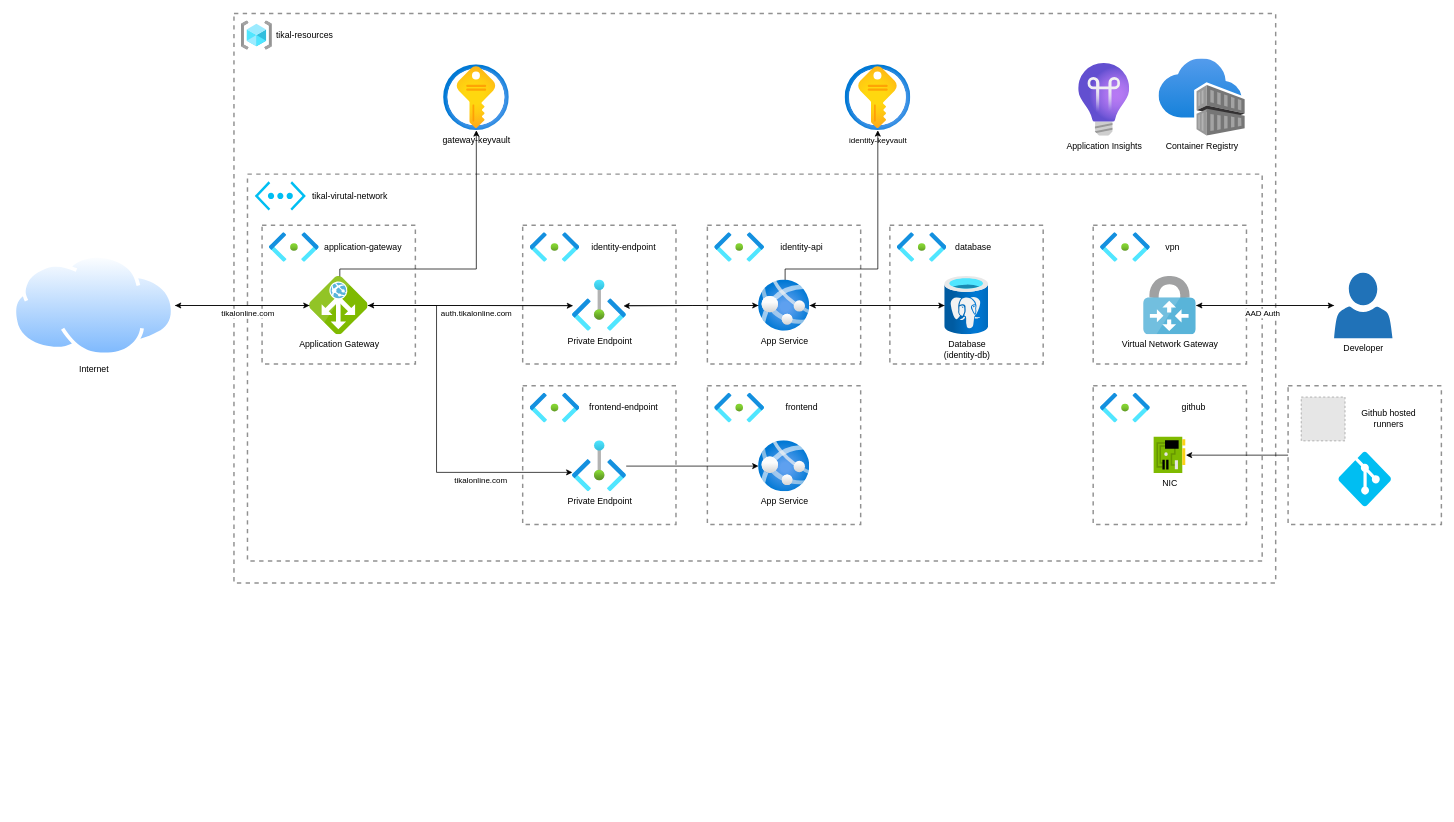
The draw.io diagram Infrastructure/images/azure-architecture.drawio in Fabian-Mahdi/Tikal, before the edit. Source tidied: cells renumbered, new cells numbered last; positions are measured from the earlier drawing's top-left corner, leaving out a move shared by most shapes. Both pictures are drawn from the tidied source at 73%, with x=0, y=0 at pixel (12, 13). Pictures stored in the file or linked from it are replaced by grey dashed boxes.
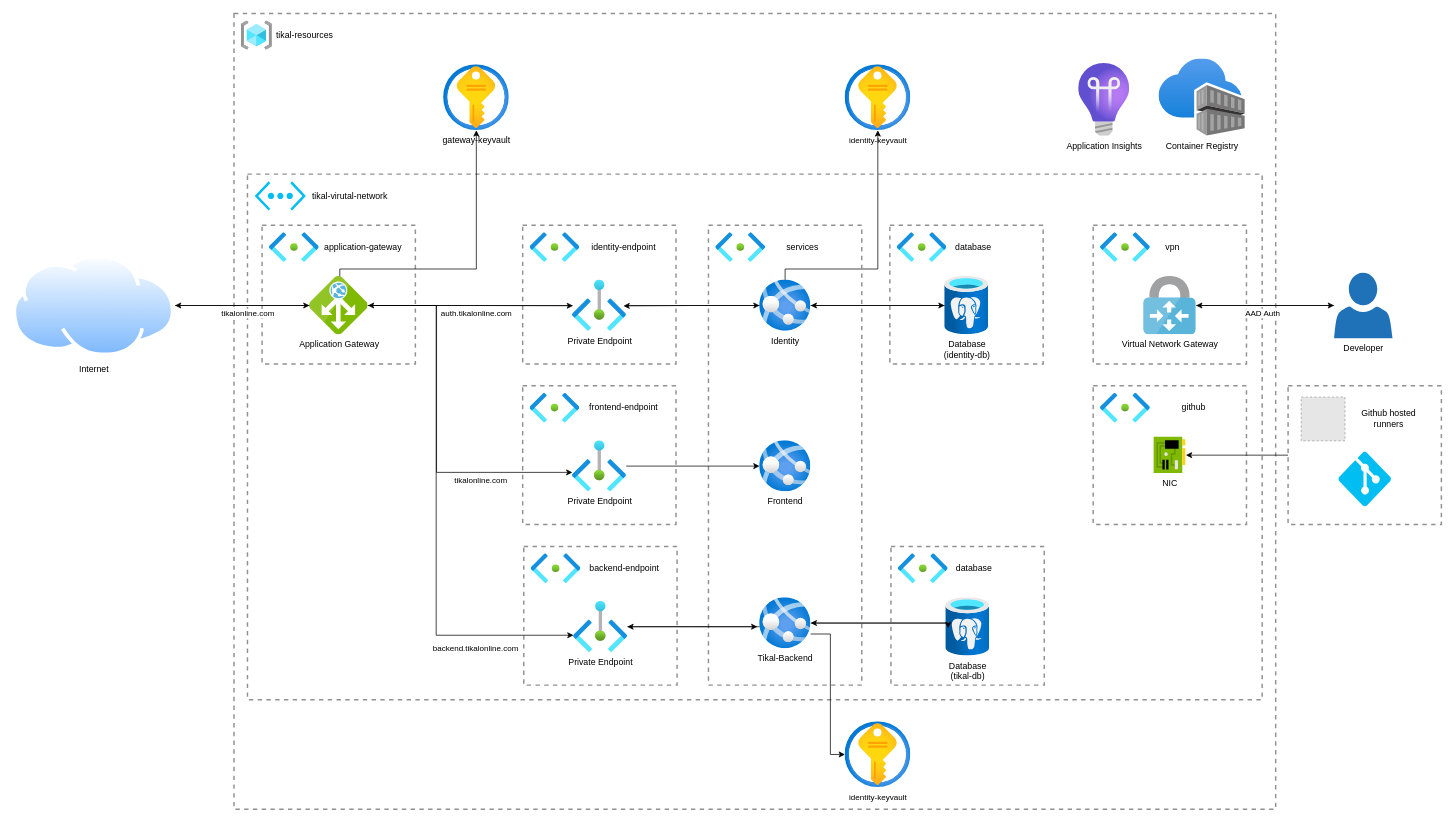
After the change.

Commit message (it also covers changes not shown here):
updated architecture diagram with backend deployment

Unchanged cells that the change refers to:
```xml
<mxCell id="8" value="Application Gateway" style="image;sketch=0;html=1;points=[];align=center;fontSize=12;image=img/lib/mscae/Application_Gateway.svg;" parent="5" vertex="1">
  <mxGeometry x="65" y="70" width="80" height="80" as="geometry" />
</mxCell>
<mxCell id="13" value="Private Endpoint" style="image;html=1;points=[];align=center;fontSize=12;image=img/lib/azure2/other/Private_Endpoints.svg;" parent="10" vertex="1">
  <mxGeometry x="68.2" y="75" width="73.6" height="70" as="geometry" />
</mxCell>
<mxCell id="20" value="Database&lt;br&gt;(identity-db)" style="image;html=1;points=[];align=center;fontSize=12;image=img/lib/azure2/databases/Azure_Database_PostgreSQL_Server.svg;" parent="17" vertex="1">
  <mxGeometry x="75" y="70" width="60" height="80" as="geometry" />
</mxCell>
<mxCell id="36" value="Private Endpoint" style="image;html=1;points=[];align=center;fontSize=12;image=img/lib/azure2/other/Private_Endpoints.svg;" parent="33" vertex="1">
  <mxGeometry x="68.2" y="75" width="73.6" height="70" as="geometry" />
</mxCell>
```

Change to the diagram source:
```diff
@@
     <mxCell id="2" style="fontStyle=0;verticalAlign=top;align=center;spacingTop=-2;fillColor=none;rounded=0;whiteSpace=wrap;html=1;strokeColor=#919191;strokeWidth=2;dashed=1;" parent="1" vertex="1">
-      <mxGeometry x="303" width="1427" height="780" as="geometry" />
+      <mxGeometry x="303" width="1427" height="1090" as="geometry" />
     </mxCell>
     <mxCell id="3" style="fontStyle=0;verticalAlign=top;align=center;spacingTop=-2;fillColor=none;rounded=0;whiteSpace=wrap;html=1;strokeColor=#919191;strokeWidth=2;dashed=1;" parent="2" vertex="1">
-      <mxGeometry x="18.5" y="220" width="1390" height="530" as="geometry" />
+      <mxGeometry x="18.5" y="220" width="1390" height="720" as="geometry" />
     </mxCell>
@@
-    <mxCell id="21" style="fontStyle=0;verticalAlign=top;align=center;spacingTop=-2;fillColor=none;rounded=0;whiteSpace=wrap;html=1;strokeColor=#919191;strokeWidth=2;dashed=1;" parent="3" vertex="1">
-      <mxGeometry x="630" y="70" width="210" height="190" as="geometry" />
-    </mxCell>
-    <mxCell id="22" style="image;html=1;align=center;fontSize=12;image=img/lib/azure2/networking/Subnet.svg;" parent="21" vertex="1">
-      <mxGeometry x="10" y="10" width="68" height="40.7" as="geometry" />
-    </mxCell>
-    <mxCell id="23" value="identity-api" style="text;html=1;align=center;verticalAlign=middle;whiteSpace=wrap;rounded=0;" parent="21" vertex="1">
-      <mxGeometry x="78" y="15.4" width="102" height="30" as="geometry" />
-    </mxCell>
-    <mxCell id="24" value="App Service" style="image;html=1;points=[];align=center;fontSize=12;image=img/lib/azure2/containers/App_Services.svg;" parent="21" vertex="1">
-      <mxGeometry x="70" y="75" width="70" height="70" as="geometry" />
-    </mxCell>
-    <mxCell id="25" style="edgeStyle=orthogonalEdgeStyle;rounded=0;jettySize=auto;html=1;" parent="3" edge="1" source="13" target="24">
-      <mxGeometry relative="1" as="geometry" />
-    </mxCell>
-    <mxCell id="26" style="edgeStyle=orthogonalEdgeStyle;rounded=0;jettySize=auto;html=1;entryX=0.949;entryY=0.508;entryDx=0;entryDy=0;entryPerimeter=0;" parent="3" edge="1" source="24" target="13">
-      <mxGeometry relative="1" as="geometry" />
-    </mxCell>
-    <mxCell id="27" style="edgeStyle=orthogonalEdgeStyle;rounded=0;jettySize=auto;html=1;" parent="3" edge="1" source="20" target="24">
-      <mxGeometry relative="1" as="geometry" />
-    </mxCell>
-    <mxCell id="28" style="edgeStyle=orthogonalEdgeStyle;rounded=0;jettySize=auto;html=1;" parent="3" edge="1" source="24" target="20">
-      <mxGeometry relative="1" as="geometry" />
-    </mxCell>
@@
-    <mxCell id="37" style="fontStyle=0;verticalAlign=top;align=center;spacingTop=-2;fillColor=none;rounded=0;whiteSpace=wrap;html=1;strokeColor=#919191;strokeWidth=2;dashed=1;" parent="3" vertex="1">
-      <mxGeometry x="630" y="290" width="210" height="190" as="geometry" />
-    </mxCell>
-    <mxCell id="38" style="image;html=1;align=center;fontSize=12;image=img/lib/azure2/networking/Subnet.svg;" parent="37" vertex="1">
-      <mxGeometry x="10" y="10" width="68" height="40.7" as="geometry" />
-    </mxCell>
-    <mxCell id="39" value="frontend" style="text;html=1;align=center;verticalAlign=middle;whiteSpace=wrap;rounded=0;" parent="37" vertex="1">
-      <mxGeometry x="78" y="15.4" width="102" height="30" as="geometry" />
-    </mxCell>
-    <mxCell id="40" value="App Service" style="image;html=1;points=[];align=center;fontSize=12;image=img/lib/azure2/containers/App_Services.svg;" parent="37" vertex="1">
-      <mxGeometry x="70" y="75" width="70" height="70" as="geometry" />
-    </mxCell>
@@
-    <mxCell id="43" style="edgeStyle=orthogonalEdgeStyle;rounded=0;jettySize=auto;html=1;" parent="3" edge="1" source="36" target="40">
-      <mxGeometry relative="1" as="geometry" />
-    </mxCell>
@@
+    <mxCell id="69" style="fontStyle=0;verticalAlign=top;align=center;spacingTop=-2;fillColor=none;rounded=0;whiteSpace=wrap;html=1;strokeColor=#919191;strokeWidth=2;dashed=1;" parent="2" vertex="1">
+      <mxGeometry x="397" y="730" width="210" height="190" as="geometry" />
+    </mxCell>
+    <mxCell id="70" style="image;html=1;align=center;fontSize=12;image=img/lib/azure2/networking/Subnet.svg;" parent="69" vertex="1">
+      <mxGeometry x="10" y="10" width="68" height="40.7" as="geometry" />
+    </mxCell>
+    <mxCell id="71" value="backend-endpoint" style="text;html=1;align=center;verticalAlign=middle;whiteSpace=wrap;rounded=0;" parent="69" vertex="1">
+      <mxGeometry x="78" y="15.4" width="120" height="30" as="geometry" />
+    </mxCell>
+    <mxCell id="72" value="Private Endpoint" style="image;html=1;points=[];align=center;fontSize=12;image=img/lib/azure2/other/Private_Endpoints.svg;" parent="69" vertex="1">
+      <mxGeometry x="68.2" y="75" width="73.6" height="70" as="geometry" />
+    </mxCell>
+    <mxCell id="73" style="fontStyle=0;verticalAlign=top;align=center;spacingTop=-2;fillColor=none;rounded=0;whiteSpace=wrap;html=1;strokeColor=#919191;strokeWidth=2;dashed=1;" parent="2" vertex="1">
+      <mxGeometry x="900" y="730" width="210" height="190" as="geometry" />
+    </mxCell>
+    <mxCell id="74" style="image;html=1;align=center;fontSize=12;image=img/lib/azure2/networking/Subnet.svg;" parent="73" vertex="1">
+      <mxGeometry x="10" y="10" width="68" height="40.7" as="geometry" />
+    </mxCell>
+    <mxCell id="75" value="database" style="text;html=1;align=center;verticalAlign=middle;whiteSpace=wrap;rounded=0;" parent="73" vertex="1">
+      <mxGeometry x="78" y="15.4" width="72" height="30" as="geometry" />
+    </mxCell>
+    <mxCell id="76" value="Database&lt;br&gt;(tikal-db)" style="image;html=1;points=[];align=center;fontSize=12;image=img/lib/azure2/databases/Azure_Database_PostgreSQL_Server.svg;" parent="73" vertex="1">
+      <mxGeometry x="75" y="70" width="60" height="80" as="geometry" />
+    </mxCell>
+    <mxCell id="77" style="fontStyle=0;verticalAlign=top;align=center;spacingTop=-2;fillColor=none;rounded=0;whiteSpace=wrap;html=1;strokeColor=#919191;strokeWidth=2;dashed=1;" parent="2" vertex="1">
+      <mxGeometry x="650" y="290" width="210" height="630" as="geometry" />
+    </mxCell>
+    <mxCell id="78" style="image;html=1;align=center;fontSize=12;image=img/lib/azure2/networking/Subnet.svg;" parent="77" vertex="1">
+      <mxGeometry x="10" y="10" width="68" height="40.7" as="geometry" />
+    </mxCell>
+    <mxCell id="79" value="services" style="text;html=1;align=center;verticalAlign=middle;whiteSpace=wrap;rounded=0;" parent="77" vertex="1">
+      <mxGeometry x="78" y="15.4" width="102" height="30" as="geometry" />
+    </mxCell>
+    <mxCell id="80" value="Tikal-Backend" style="image;html=1;points=[];align=center;fontSize=12;image=img/lib/azure2/containers/App_Services.svg;" parent="77" vertex="1">
+      <mxGeometry x="70" y="510" width="70" height="70" as="geometry" />
+    </mxCell>
+    <mxCell id="24" value="Identity" style="image;html=1;points=[];align=center;fontSize=12;image=img/lib/azure2/containers/App_Services.svg;" parent="77" vertex="1">
+      <mxGeometry x="70" y="75" width="70" height="70" as="geometry" />
+    </mxCell>
+    <mxCell id="40" value="Frontend" style="image;html=1;points=[];align=center;fontSize=12;image=img/lib/azure2/containers/App_Services.svg;" parent="77" vertex="1">
+      <mxGeometry x="70" y="295" width="70" height="70" as="geometry" />
+    </mxCell>
+    <mxCell id="25" style="edgeStyle=orthogonalEdgeStyle;rounded=0;jettySize=auto;html=1;" parent="2" edge="1" source="13" target="24">
+      <mxGeometry relative="1" as="geometry" />
+    </mxCell>
+    <mxCell id="26" style="edgeStyle=orthogonalEdgeStyle;rounded=0;jettySize=auto;html=1;entryX=0.949;entryY=0.508;entryDx=0;entryDy=0;entryPerimeter=0;" parent="2" edge="1" source="24" target="13">
+      <mxGeometry relative="1" as="geometry" />
+    </mxCell>
+    <mxCell id="27" style="edgeStyle=orthogonalEdgeStyle;rounded=0;jettySize=auto;html=1;" parent="2" edge="1" source="20" target="24">
+      <mxGeometry relative="1" as="geometry" />
+    </mxCell>
+    <mxCell id="28" style="edgeStyle=orthogonalEdgeStyle;rounded=0;jettySize=auto;html=1;" parent="2" edge="1" source="24" target="20">
+      <mxGeometry relative="1" as="geometry" />
+    </mxCell>
+    <mxCell id="43" style="edgeStyle=orthogonalEdgeStyle;rounded=0;jettySize=auto;html=1;" parent="2" edge="1" source="36" target="40">
+      <mxGeometry relative="1" as="geometry" />
+    </mxCell>
+    <mxCell id="81" style="edgeStyle=orthogonalEdgeStyle;rounded=0;jettySize=auto;html=1;entryX=-0.001;entryY=0.667;entryDx=0;entryDy=0;entryPerimeter=0;" parent="2" edge="1" source="8" target="72">
+      <mxGeometry relative="1" as="geometry">
+        <Array as="points">
+          <mxPoint x="277" y="400" />
+          <mxPoint x="277" y="852" />
+        </Array>
+      </mxGeometry>
+    </mxCell>
+    <mxCell id="82" value="backend.tikalonline.com" style="edgeLabel;html=1;align=center;verticalAlign=middle;" parent="81" vertex="1">
+      <mxGeometry x="0.62" relative="1" as="geometry">
+        <mxPoint x="5" y="18" as="offset" />
+      </mxGeometry>
+    </mxCell>
+    <mxCell id="83" style="edgeStyle=orthogonalEdgeStyle;rounded=0;jettySize=auto;html=1;" parent="2" edge="1" source="72">
+      <mxGeometry relative="1" as="geometry">
+        <mxPoint x="717" y="840" as="targetPoint" />
+      </mxGeometry>
+    </mxCell>
+    <mxCell id="84" style="edgeStyle=orthogonalEdgeStyle;rounded=0;jettySize=auto;html=1;entryX=0.055;entryY=0.527;entryDx=0;entryDy=0;entryPerimeter=0;" parent="2" edge="1" source="80" target="76">
+      <mxGeometry relative="1" as="geometry">
+        <Array as="points">
+          <mxPoint x="978" y="835" />
+        </Array>
+      </mxGeometry>
+    </mxCell>
+    <mxCell id="85" style="edgeStyle=orthogonalEdgeStyle;rounded=0;jettySize=auto;html=1;" parent="2" edge="1" source="76" target="80">
+      <mxGeometry relative="1" as="geometry">
+        <Array as="points">
+          <mxPoint x="927" y="835" />
+          <mxPoint x="927" y="835" />
+        </Array>
+      </mxGeometry>
+    </mxCell>
+    <mxCell id="86" style="edgeStyle=orthogonalEdgeStyle;rounded=0;jettySize=auto;html=1;" parent="2" edge="1" source="80" target="72">
+      <mxGeometry relative="1" as="geometry">
+        <Array as="points">
+          <mxPoint x="677" y="840" />
+          <mxPoint x="677" y="840" />
+        </Array>
+      </mxGeometry>
+    </mxCell>
+    <mxCell id="87" value="&lt;font style=&quot;font-size: 11px;&quot;&gt;identity-keyvault&lt;/font&gt;" style="image;html=1;points=[];align=center;fontSize=12;image=img/lib/azure2/security/Key_Vaults.svg;" parent="2" vertex="1">
+      <mxGeometry x="837" y="970" width="90" height="90" as="geometry" />
+    </mxCell>
+    <mxCell id="88" style="edgeStyle=orthogonalEdgeStyle;rounded=0;jettySize=auto;html=1;" parent="2" edge="1" source="80" target="87">
+      <mxGeometry relative="1" as="geometry">
+        <Array as="points">
+          <mxPoint x="817" y="850" />
+          <mxPoint x="817" y="1015" />
+        </Array>
+      </mxGeometry>
+    </mxCell>
```
